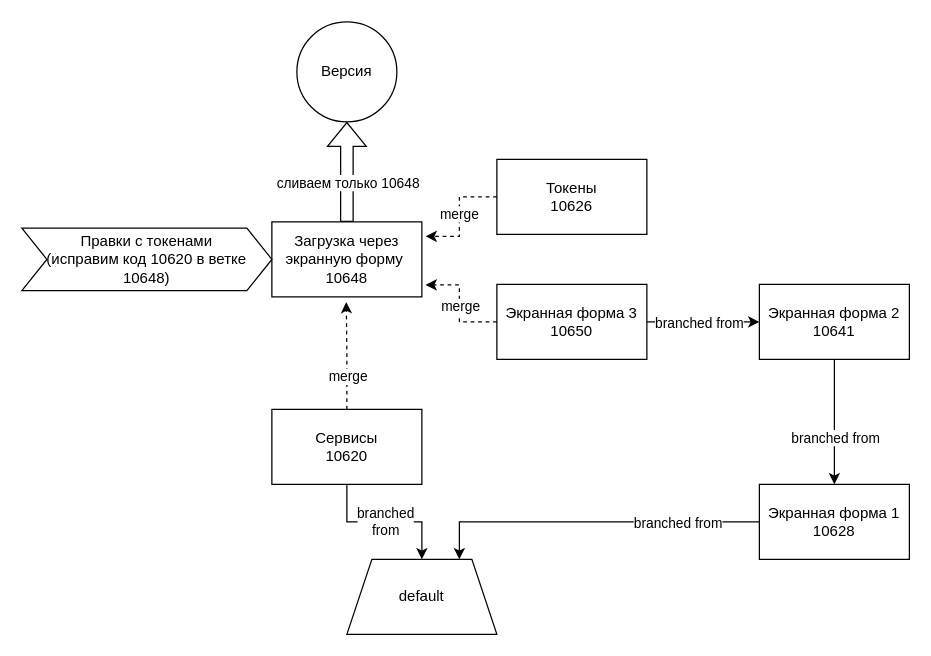
The draw.io diagram Untitled Diagram.drawio in YaroslavMestkovsky/EIS_upload, before the edit. Source tidied: cells renumbered, new cells numbered last; positions are measured from the earlier drawing's top-left corner, leaving out a move shared by most shapes. Both pictures are drawn from the tidied source at 125%, with x=0, y=0 at pixel (21, 21).
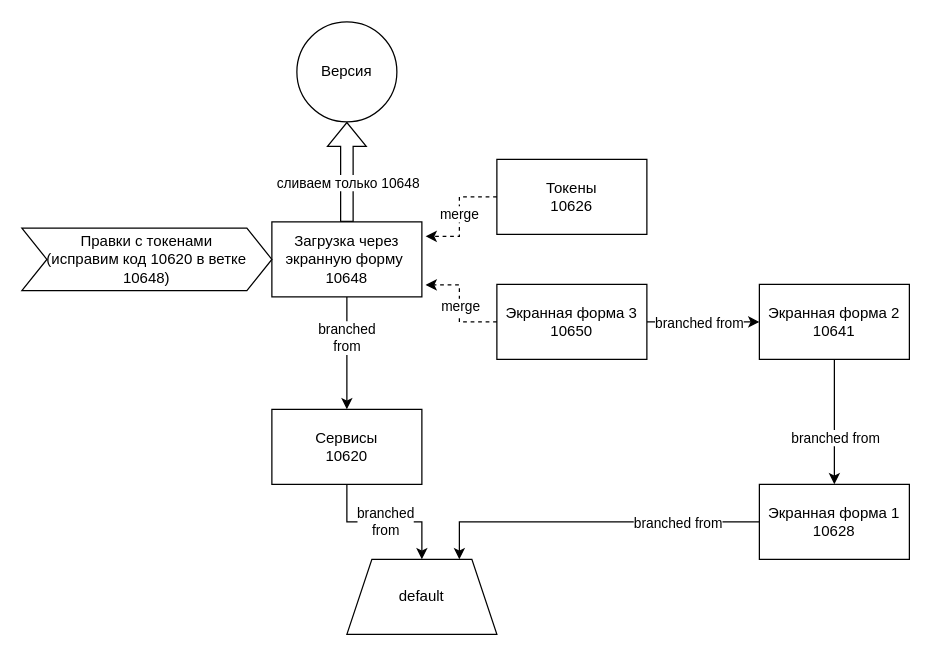
The same page after the edit.

The change refers to these unchanged cells:
```xml
<mxCell id="5" value="Сервисы&lt;div&gt;10620&lt;/div&gt;" style="rounded=0;whiteSpace=wrap;html=1;" parent="1" vertex="1">
  <mxGeometry x="200" y="310" width="120" height="60" as="geometry" />
</mxCell>
<mxCell id="11" value="Загрузка через экранную форму&amp;nbsp;&lt;div&gt;10648&lt;/div&gt;" style="rounded=0;whiteSpace=wrap;html=1;" parent="1" vertex="1">
  <mxGeometry x="200" y="160" width="120" height="60" as="geometry" />
</mxCell>
```

What changed in the source:
```diff
@@
+    <mxCell id="27" style="edgeStyle=orthogonalEdgeStyle;rounded=0;jettySize=auto;html=1;entryX=0.5;entryY=0;entryDx=0;entryDy=0;" parent="1" edge="1" source="11" target="5">
+      <mxGeometry relative="1" as="geometry" />
+    </mxCell>
+    <mxCell id="28" value="branched&lt;div&gt;from&lt;/div&gt;" style="edgeLabel;html=1;align=center;verticalAlign=middle;" parent="27" vertex="1">
+      <mxGeometry x="-0.29" y="-1" relative="1" as="geometry" />
+    </mxCell>
@@
-    <mxCell id="18" style="edgeStyle=orthogonalEdgeStyle;rounded=0;jettySize=auto;html=1;entryX=0.496;entryY=1.069;entryDx=0;entryDy=0;entryPerimeter=0;dashed=1;" parent="1" edge="1" source="5" target="11">
-      <mxGeometry relative="1" as="geometry" />
-    </mxCell>
-    <mxCell id="19" value="merge" style="edgeLabel;html=1;align=center;verticalAlign=middle;" parent="18" vertex="1">
-      <mxGeometry x="-0.37" relative="1" as="geometry" />
-    </mxCell>
```
